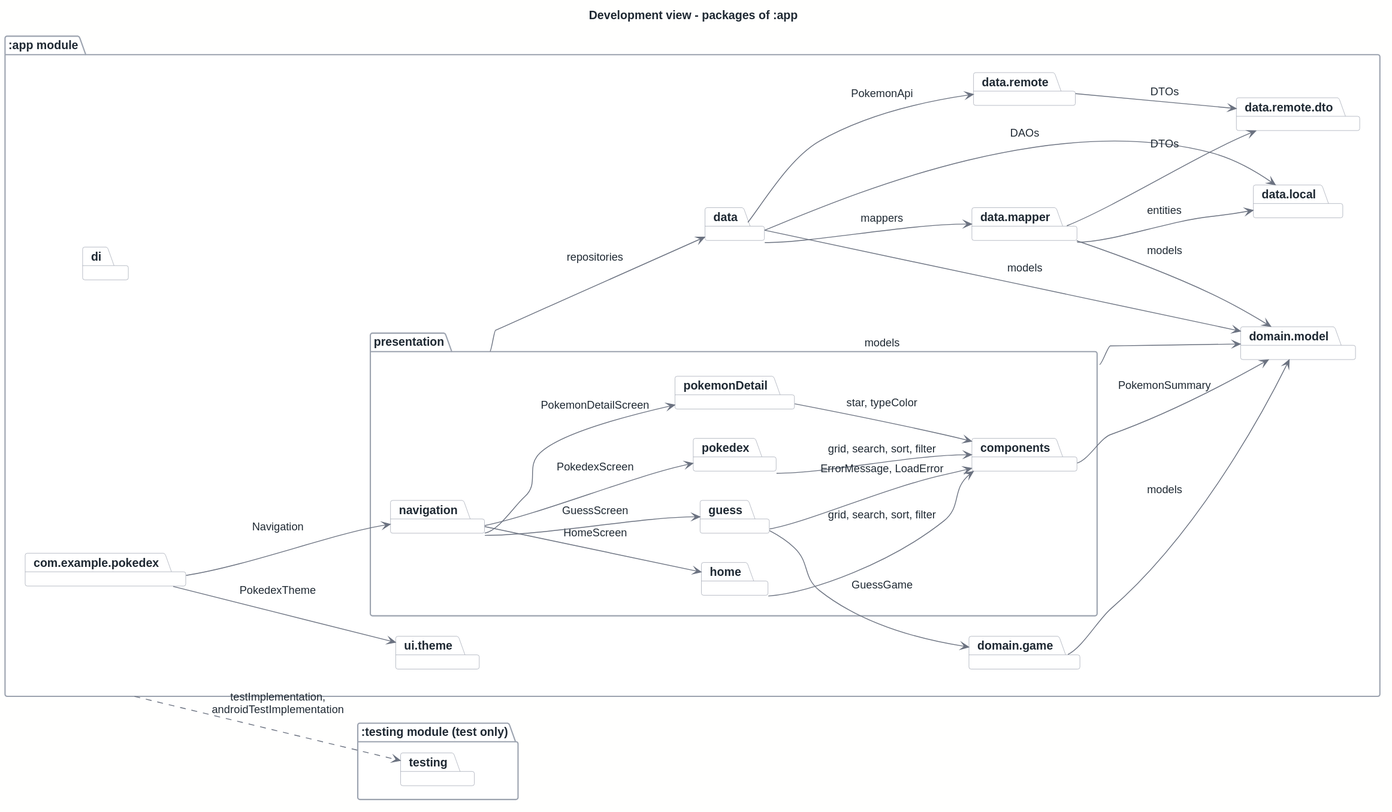
The PlantUML diagram docs/architecture/out/development.svg in rodrigo4sousa/Pokedex, before a commit.
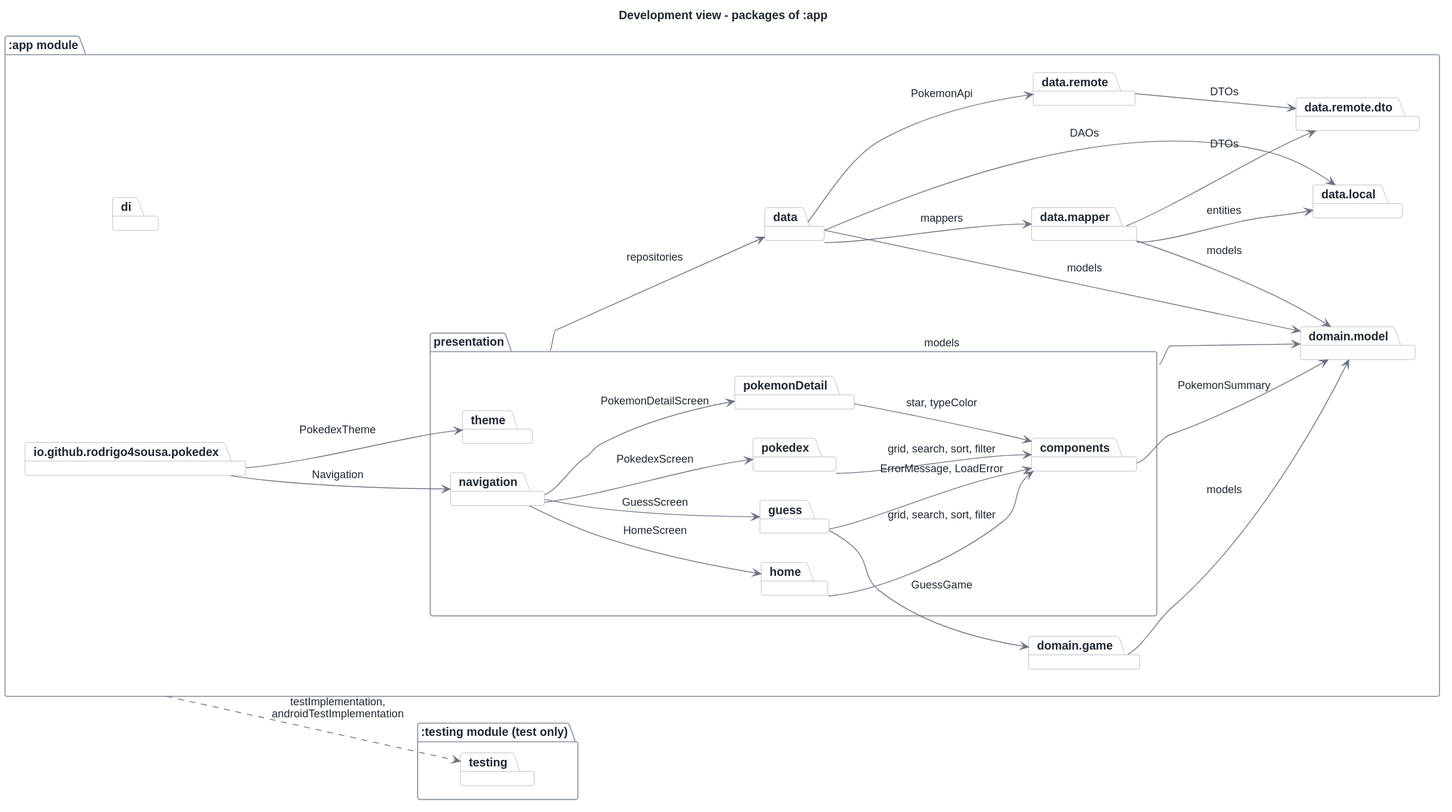
The same file after the commit.

Diff of the diagram source:
```diff
@@ -7,8 +7,7 @@
 left to right direction
 
 package ":app module" {
-    package "com.example.pokedex"
-    package "ui.theme"
+    package "io.github.rodrigo4sousa.pokedex"
     package "presentation" {
         package "navigation"
         package "home"
@@ -16,6 +15,7 @@
         package "pokemonDetail"
         package "guess"
         package "components"
+        package "theme"
     }
     package "domain.model"
     package "domain.game"
@@ -31,8 +31,8 @@
     package "testing"
 }
 
-"com.example.pokedex" --> "navigation" : Navigation
-"com.example.pokedex" --> "ui.theme" : PokedexTheme
+"io.github.rodrigo4sousa.pokedex" --> "navigation" : Navigation
+"io.github.rodrigo4sousa.pokedex" --> "theme" : PokedexTheme
 
 "navigation" --> "home" : HomeScreen
 "navigation" --> "pokedex" : PokedexScreen
```
